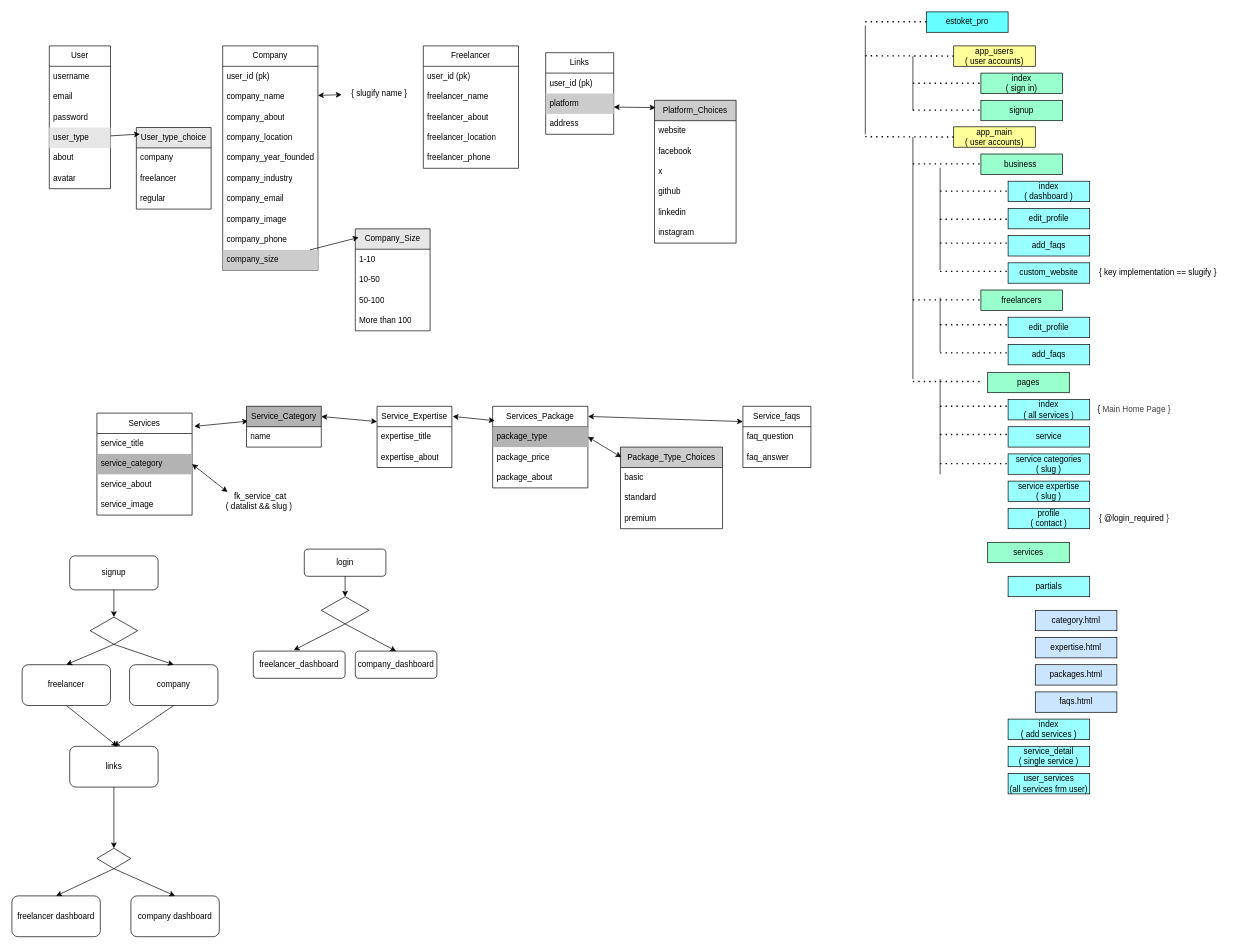
This is z_proto.drawio from I-AGBLE/estoket_pro, a draw.io file, before an edit. Source tidied: cells renumbered, new cells numbered last; positions are measured from the earlier drawing's top-left corner, leaving out a move shared by most shapes. Both pictures are drawn from the tidied source at 68%, with x=0, y=0 at pixel (12, 12).
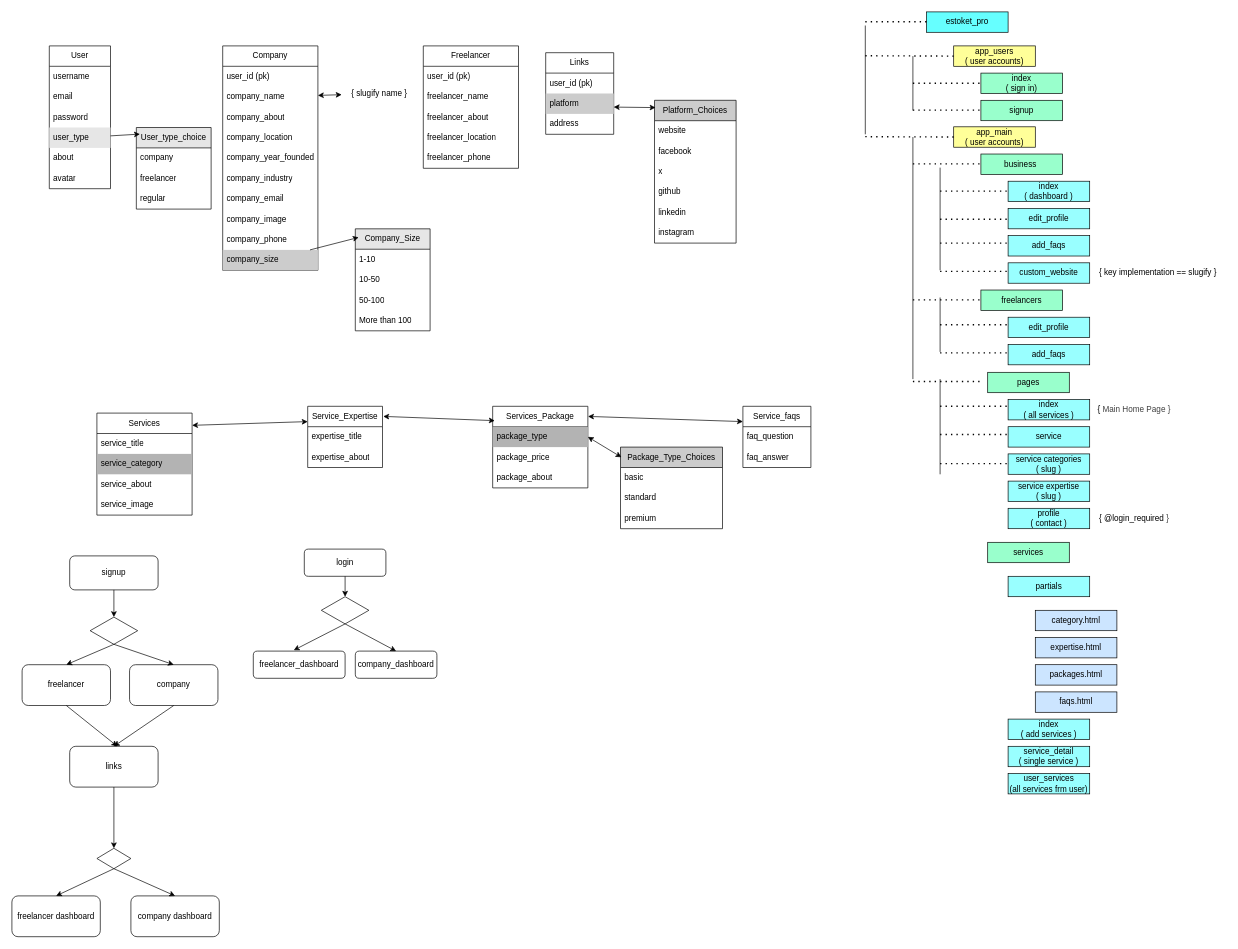
Above is the later version.

Unchanged cells that the change refers to:
```xml
<mxCell id="71" value="Services" style="swimlane;fontStyle=0;horizontal=1;startSize=30;whiteSpace=wrap;html=1;" parent="1" vertex="1">
  <mxGeometry x="125" y="590" width="140" height="150" as="geometry" />
</mxCell>
<mxCell id="73" value="service_category" style="text;strokeColor=none;fillColor=#B3B3B3;align=left;verticalAlign=middle;spacingLeft=4;spacingRight=4;overflow=hidden;points=[[0,0.5],[1,0.5]];portConstraint=eastwest;whiteSpace=wrap;html=1;" parent="71" vertex="1">
  <mxGeometry y="60" width="140" height="30" as="geometry" />
</mxCell>
```

Diff of the diagram source:
```diff
@@
     <mxCell id="76" value="Service_Expertise" style="swimlane;fontStyle=0;horizontal=1;startSize=30;whiteSpace=wrap;html=1;" parent="1" vertex="1">
-      <mxGeometry x="537" y="580" width="110" height="90" as="geometry" />
+      <mxGeometry x="435" y="580" width="110" height="90" as="geometry" />
     </mxCell>
@@
-    <mxCell id="91" style="endArrow=classic;startArrow=classic;html=1;exitX=1.022;exitY=0.13;exitDx=0;exitDy=0;exitPerimeter=0;entryX=0.022;entryY=0.364;entryDx=0;entryDy=0;entryPerimeter=0;" parent="1" edge="1" source="71" target="101">
-      <mxGeometry relative="1" as="geometry" />
-    </mxCell>
@@
-    <mxCell id="101" value="Service_Category" style="swimlane;fontStyle=0;horizontal=1;startSize=30;whiteSpace=wrap;html=1;fillColor=#B3B3B3;" parent="1" vertex="1">
-      <mxGeometry x="345" y="580" width="110" height="60" as="geometry" />
-    </mxCell>
-    <mxCell id="102" value="name" style="text;strokeColor=none;fillColor=none;align=left;verticalAlign=middle;spacingLeft=4;spacingRight=4;overflow=hidden;whiteSpace=wrap;html=1;" parent="101" vertex="1">
-      <mxGeometry y="30" width="110" height="30" as="geometry" />
-    </mxCell>
-    <mxCell id="103" style="endArrow=classic;startArrow=classic;html=1;exitX=1;exitY=0.25;exitDx=0;exitDy=0;entryX=0;entryY=0.25;entryDx=0;entryDy=0;" parent="1" edge="1" source="101" target="76">
+    <mxCell id="103" style="endArrow=classic;startArrow=classic;html=1;exitX=1;exitY=0.12;exitDx=0;exitDy=0;entryX=0;entryY=0.25;entryDx=0;entryDy=0;exitPerimeter=0;" parent="1" edge="1" source="71" target="76">
       <mxGeometry relative="1" as="geometry" />
     </mxCell>
@@
-    <mxCell id="112" value="fk_service_cat&lt;div&gt;( datalist &amp;amp;&amp;amp; slug )&amp;nbsp;&lt;/div&gt;" style="text;html=1;align=center;verticalAlign=middle;points=[];strokeColor=none;fillColor=none;" parent="1" vertex="1">
-      <mxGeometry x="305" y="700" width="120" height="40" as="geometry" />
-    </mxCell>
-    <mxCell id="113" style="endArrow=classic;startArrow=classic;html=1;exitX=1;exitY=0.5;exitDx=0;exitDy=0;entryX=0.101;entryY=0.149;entryDx=0;entryDy=0;entryPerimeter=0;" parent="1" edge="1" source="73" target="112">
-      <mxGeometry relative="1" as="geometry" />
-    </mxCell>
```
